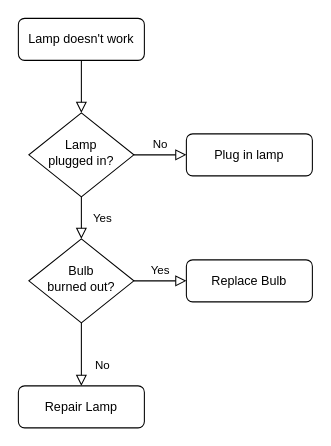
Earlier version of the draw.io diagram Untitled Diagram.drawio (angilie/Flowchart_APCSP_). Source tidied: cells renumbered, new cells numbered last; positions are measured from the earlier drawing's top-left corner, leaving out a move shared by most shapes. Both pictures are drawn from the tidied source at 105%, with x=0, y=0 at pixel (18, 18).
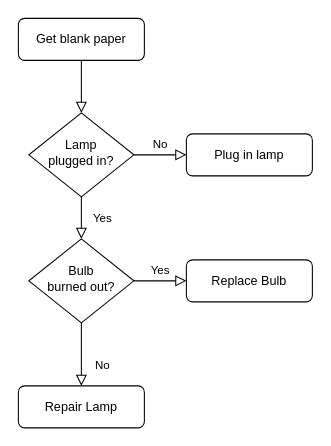
After the change.

Diff of the diagram source:
```diff
@@
 <mxGraphModel>
   <root>
     <mxCell id="0" />
     <mxCell id="1" parent="0" />
     <mxCell id="2" style="rounded=0;html=1;jettySize=auto;fontSize=11;endArrow=block;endFill=0;endSize=8;strokeWidth=1;shadow=0;labelBackgroundColor=none;edgeStyle=orthogonalEdgeStyle;" parent="1" edge="1" source="3" target="6">
       <mxGeometry relative="1" as="geometry" />
     </mxCell>
-    <mxCell id="3" value="Lamp doesn't work" style="rounded=1;whiteSpace=wrap;html=1;fontSize=12;glass=0;strokeWidth=1;shadow=0;" parent="1" vertex="1">
+    <mxCell id="3" value="Get blank paper" style="rounded=1;whiteSpace=wrap;html=1;fontSize=12;glass=0;strokeWidth=1;shadow=0;" parent="1" vertex="1">
       <mxGeometry width="120" height="40" as="geometry" />
     </mxCell>
     <mxCell id="4" value="Yes" style="rounded=0;html=1;jettySize=auto;fontSize=11;endArrow=block;endFill=0;endSize=8;strokeWidth=1;shadow=0;labelBackgroundColor=none;edgeStyle=orthogonalEdgeStyle;" parent="1" edge="1" source="6" target="10">
       <mxGeometry y="20" relative="1" as="geometry" />
     </mxCell>
     <mxCell id="5" value="No" style="edgeStyle=orthogonalEdgeStyle;rounded=0;html=1;jettySize=auto;fontSize=11;endArrow=block;endFill=0;endSize=8;strokeWidth=1;shadow=0;labelBackgroundColor=none;" parent="1" edge="1" source="6" target="7">
       <mxGeometry y="10" relative="1" as="geometry" />
     </mxCell>
     <mxCell id="6" value="Lamp&lt;br&gt;plugged in?" style="rhombus;whiteSpace=wrap;html=1;shadow=0;fontFamily=Helvetica;fontSize=12;align=center;strokeWidth=1;spacing=6;spacingTop=-4;" parent="1" vertex="1">
       <mxGeometry x="10" y="90" width="100" height="80" as="geometry" />
     </mxCell>
     <mxCell id="7" value="Plug in lamp" style="rounded=1;whiteSpace=wrap;html=1;fontSize=12;glass=0;strokeWidth=1;shadow=0;" parent="1" vertex="1">
       <mxGeometry x="160" y="110" width="120" height="40" as="geometry" />
     </mxCell>
     <mxCell id="8" value="No" style="rounded=0;html=1;jettySize=auto;fontSize=11;endArrow=block;endFill=0;endSize=8;strokeWidth=1;shadow=0;labelBackgroundColor=none;edgeStyle=orthogonalEdgeStyle;" parent="1" edge="1" source="10" target="11">
       <mxGeometry x="0.33" y="20" relative="1" as="geometry" />
     </mxCell>
     <mxCell id="9" value="Yes" style="edgeStyle=orthogonalEdgeStyle;rounded=0;html=1;jettySize=auto;fontSize=11;endArrow=block;endFill=0;endSize=8;strokeWidth=1;shadow=0;labelBackgroundColor=none;" parent="1" edge="1" source="10" target="12">
       <mxGeometry y="10" relative="1" as="geometry" />
     </mxCell>
     <mxCell id="10" value="Bulb&lt;br&gt;burned out?" style="rhombus;whiteSpace=wrap;html=1;shadow=0;fontFamily=Helvetica;fontSize=12;align=center;strokeWidth=1;spacing=6;spacingTop=-4;" parent="1" vertex="1">
       <mxGeometry x="10" y="210" width="100" height="80" as="geometry" />
     </mxCell>
     <mxCell id="11" value="Repair Lamp" style="rounded=1;whiteSpace=wrap;html=1;fontSize=12;glass=0;strokeWidth=1;shadow=0;" parent="1" vertex="1">
       <mxGeometry y="350" width="120" height="40" as="geometry" />
     </mxCell>
     <mxCell id="12" value="Replace Bulb" style="rounded=1;whiteSpace=wrap;html=1;fontSize=12;glass=0;strokeWidth=1;shadow=0;" parent="1" vertex="1">
       <mxGeometry x="160" y="230" width="120" height="40" as="geometry" />
     </mxCell>
   </root>
 </mxGraphModel>
```
